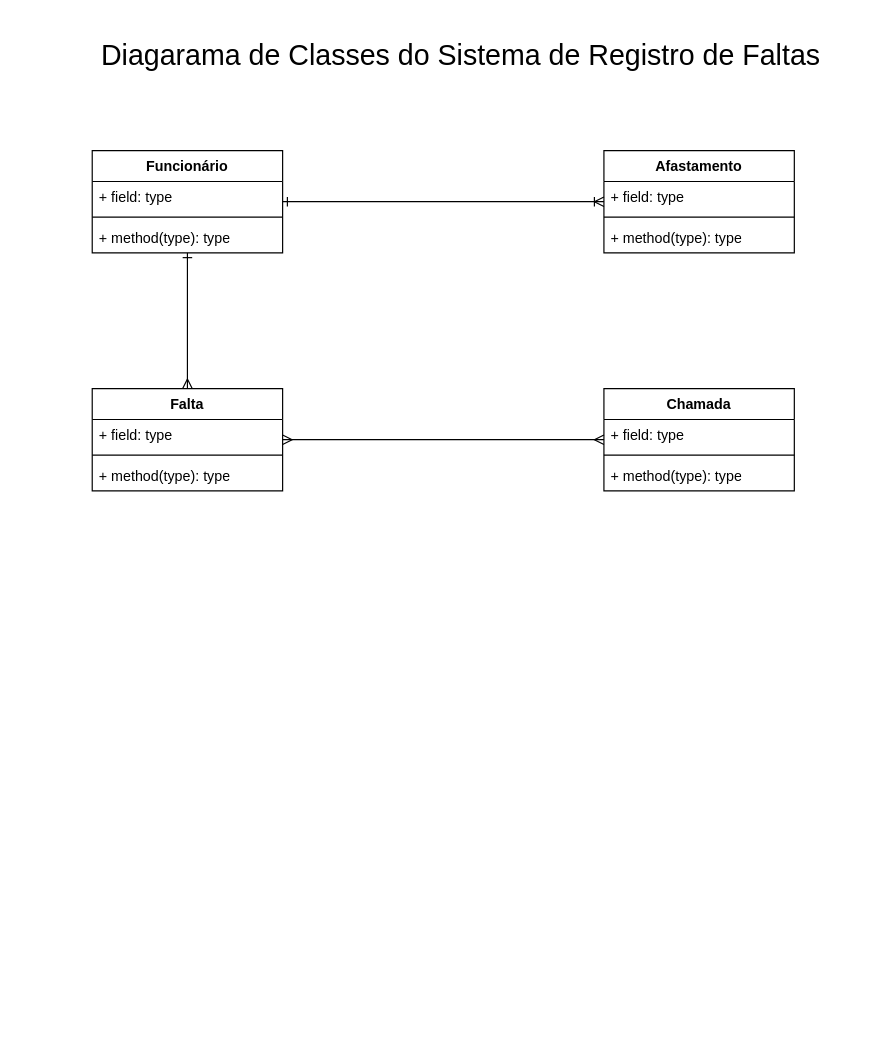
Above: Diagrama sem nome.drawio in gusta-gusta/Draw (draw.io), before the change. Source tidied: cells renumbered, new cells numbered last; positions are measured from the earlier drawing's top-left corner, leaving out a move shared by most shapes. Both pictures are drawn from the tidied source at 119%, with x=0, y=0 at pixel (68, 20).
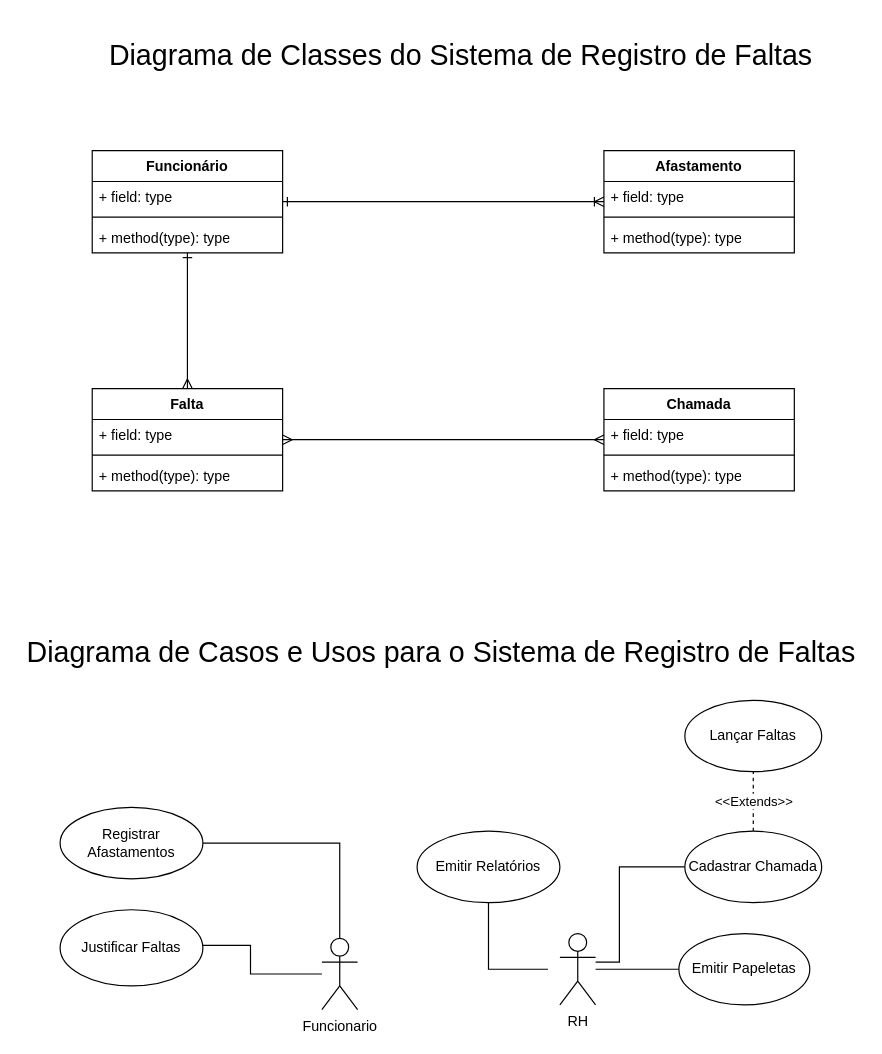
After the change.

What changed in the source:
```diff
@@
-    <mxCell id="21" value="&lt;font style=&quot;font-size: 24px;&quot;&gt;Diagarama de Classes do Sistema de Registro de Faltas&lt;/font&gt;" style="text;html=1;strokeColor=none;fillColor=none;align=center;verticalAlign=middle;whiteSpace=wrap;rounded=0;" parent="1" vertex="1">
+    <mxCell id="21" value="&lt;div&gt;&lt;font style=&quot;font-size: 24px;&quot;&gt;Diagrama de Classes do Sistema de Registro de Faltas&lt;/font&gt;&lt;/div&gt;" style="text;html=1;strokeColor=none;fillColor=none;align=center;verticalAlign=middle;whiteSpace=wrap;rounded=0;" parent="1" vertex="1">
       <mxGeometry width="660" height="60" as="geometry" />
     </mxCell>
+    <mxCell id="22" style="edgeStyle=orthogonalEdgeStyle;rounded=0;jettySize=auto;html=1;endArrow=none;endFill=0;" parent="1" edge="1" source="24" target="26">
+      <mxGeometry relative="1" as="geometry">
+        <Array as="points">
+          <mxPoint x="153" y="801" />
+          <mxPoint x="153" y="777" />
+        </Array>
+      </mxGeometry>
+    </mxCell>
+    <mxCell id="23" style="edgeStyle=orthogonalEdgeStyle;rounded=0;jettySize=auto;html=1;entryX=1;entryY=0.5;entryDx=0;entryDy=0;endArrow=none;endFill=0;exitX=0.5;exitY=0;exitDx=0;exitDy=0;exitPerimeter=0;" parent="1" edge="1" source="24" target="25">
+      <mxGeometry relative="1" as="geometry" />
+    </mxCell>
+    <mxCell id="24" value="Funcionario" style="shape=umlActor;verticalLabelPosition=bottom;verticalAlign=top;html=1;outlineConnect=0;" parent="1" vertex="1">
+      <mxGeometry x="213" y="771" width="30" height="60" as="geometry" />
+    </mxCell>
+    <mxCell id="25" value="Registrar Afastamentos" style="ellipse;whiteSpace=wrap;html=1;" parent="1" vertex="1">
+      <mxGeometry x="-7" y="661" width="120" height="60" as="geometry" />
+    </mxCell>
+    <mxCell id="26" value="Justificar Faltas" style="ellipse;whiteSpace=wrap;html=1;" parent="1" vertex="1">
+      <mxGeometry x="-7" y="747" width="120" height="64" as="geometry" />
+    </mxCell>
+    <mxCell id="27" style="edgeStyle=orthogonalEdgeStyle;rounded=0;jettySize=auto;html=1;entryX=0;entryY=0.5;entryDx=0;entryDy=0;endArrow=none;endFill=0;" parent="1" edge="1" source="30" target="31">
+      <mxGeometry relative="1" as="geometry" />
+    </mxCell>
+    <mxCell id="28" style="edgeStyle=orthogonalEdgeStyle;rounded=0;jettySize=auto;html=1;entryX=0.5;entryY=1;entryDx=0;entryDy=0;endArrow=none;endFill=0;" parent="1" edge="1" target="34">
+      <mxGeometry relative="1" as="geometry">
+        <mxPoint x="403" y="797" as="sourcePoint" />
+        <Array as="points">
+          <mxPoint x="353" y="797" />
+        </Array>
+      </mxGeometry>
+    </mxCell>
+    <mxCell id="29" style="edgeStyle=orthogonalEdgeStyle;rounded=0;jettySize=auto;html=1;entryX=0;entryY=0.5;entryDx=0;entryDy=0;endArrow=none;endFill=0;" parent="1" edge="1" source="30" target="33">
+      <mxGeometry relative="1" as="geometry">
+        <Array as="points">
+          <mxPoint x="463" y="791" />
+          <mxPoint x="463" y="711" />
+        </Array>
+      </mxGeometry>
+    </mxCell>
+    <mxCell id="30" value="&lt;div&gt;RH&lt;/div&gt;" style="shape=umlActor;verticalLabelPosition=bottom;verticalAlign=top;html=1;outlineConnect=0;" parent="1" vertex="1">
+      <mxGeometry x="413" y="767" width="30" height="60" as="geometry" />
+    </mxCell>
+    <mxCell id="31" value="&lt;div&gt;Emitir Papeletas&lt;/div&gt;" style="ellipse;whiteSpace=wrap;html=1;" parent="1" vertex="1">
+      <mxGeometry x="513" y="767" width="110" height="60" as="geometry" />
+    </mxCell>
+    <mxCell id="32" value="&amp;lt;&amp;lt;Extends&amp;gt;&amp;gt;" style="edgeStyle=orthogonalEdgeStyle;rounded=0;jettySize=auto;html=1;endArrow=none;endFill=0;dashed=1;" parent="1" edge="1" source="33" target="35">
+      <mxGeometry relative="1" as="geometry">
+        <Array as="points">
+          <mxPoint x="576" y="651" />
+          <mxPoint x="576" y="651" />
+        </Array>
+      </mxGeometry>
+    </mxCell>
+    <mxCell id="33" value="&lt;div&gt;Cadastrar Chamada&lt;/div&gt;" style="ellipse;whiteSpace=wrap;html=1;" parent="1" vertex="1">
+      <mxGeometry x="518" y="681" width="115" height="60" as="geometry" />
+    </mxCell>
+    <mxCell id="34" value="Emitir Relatórios" style="ellipse;whiteSpace=wrap;html=1;" parent="1" vertex="1">
+      <mxGeometry x="293" y="681" width="120" height="60" as="geometry" />
+    </mxCell>
+    <mxCell id="35" value="Lançar Faltas" style="ellipse;whiteSpace=wrap;html=1;" parent="1" vertex="1">
+      <mxGeometry x="518" y="571" width="115" height="60" as="geometry" />
+    </mxCell>
+    <mxCell id="36" value="&lt;font style=&quot;font-size: 24px;&quot;&gt;Diagrama de Casos e Usos para o Sistema de Registro de Faltas&lt;/font&gt;" style="text;html=1;strokeColor=none;fillColor=none;align=center;verticalAlign=middle;whiteSpace=wrap;rounded=0;" parent="1" vertex="1">
+      <mxGeometry x="-40" y="501" width="707" height="60" as="geometry" />
+    </mxCell>
```
